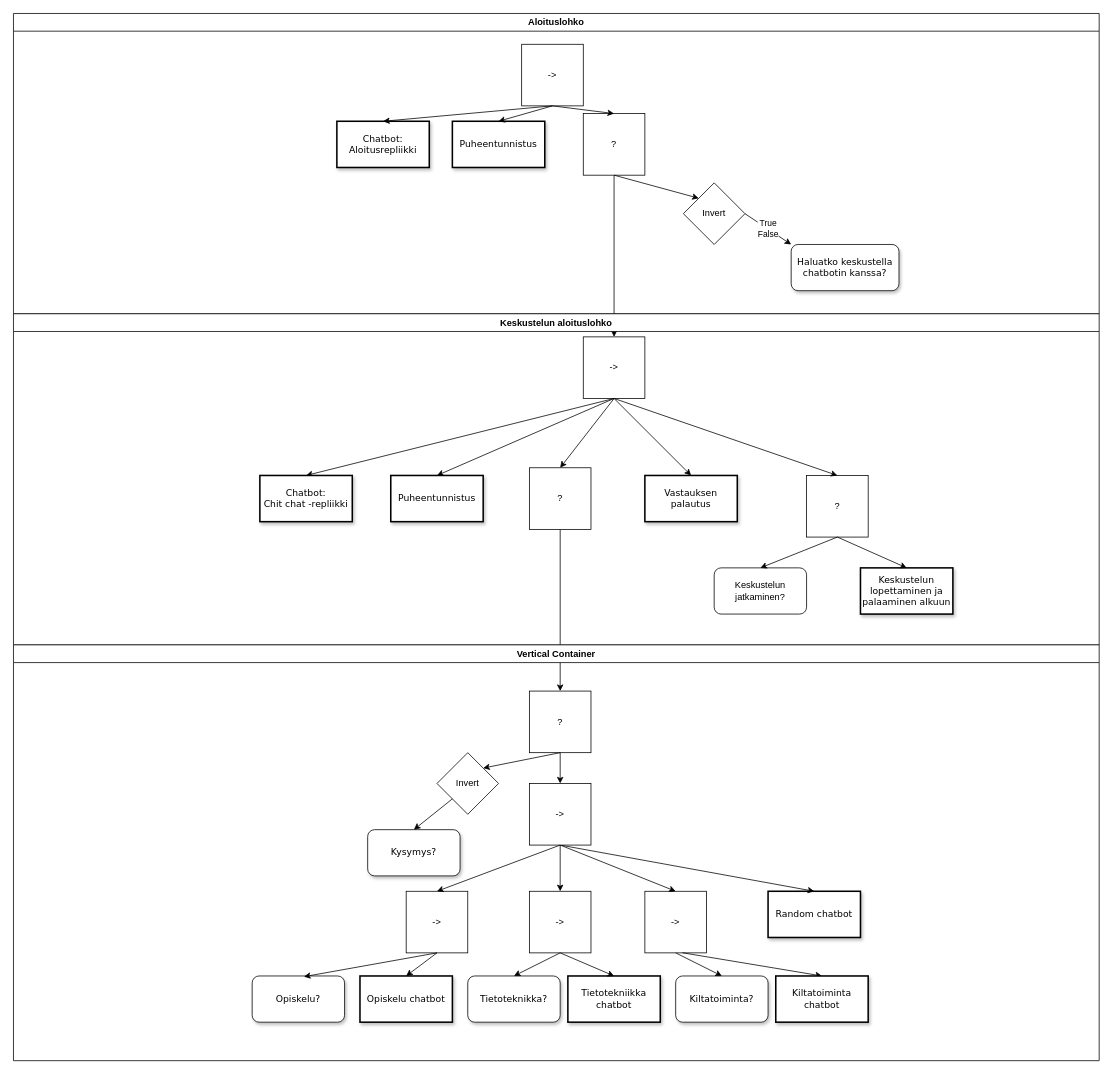
ouspg/SOP-Robot keeps this draw.io diagram as Behavior_tree.drawio. Above is the earlier version. Source tidied: cells renumbered, new cells numbered last; positions are measured from the earlier drawing's top-left corner, leaving out a move shared by most shapes. Both pictures are drawn from the tidied source at 77%, with x=0, y=0 at pixel (13, 13).
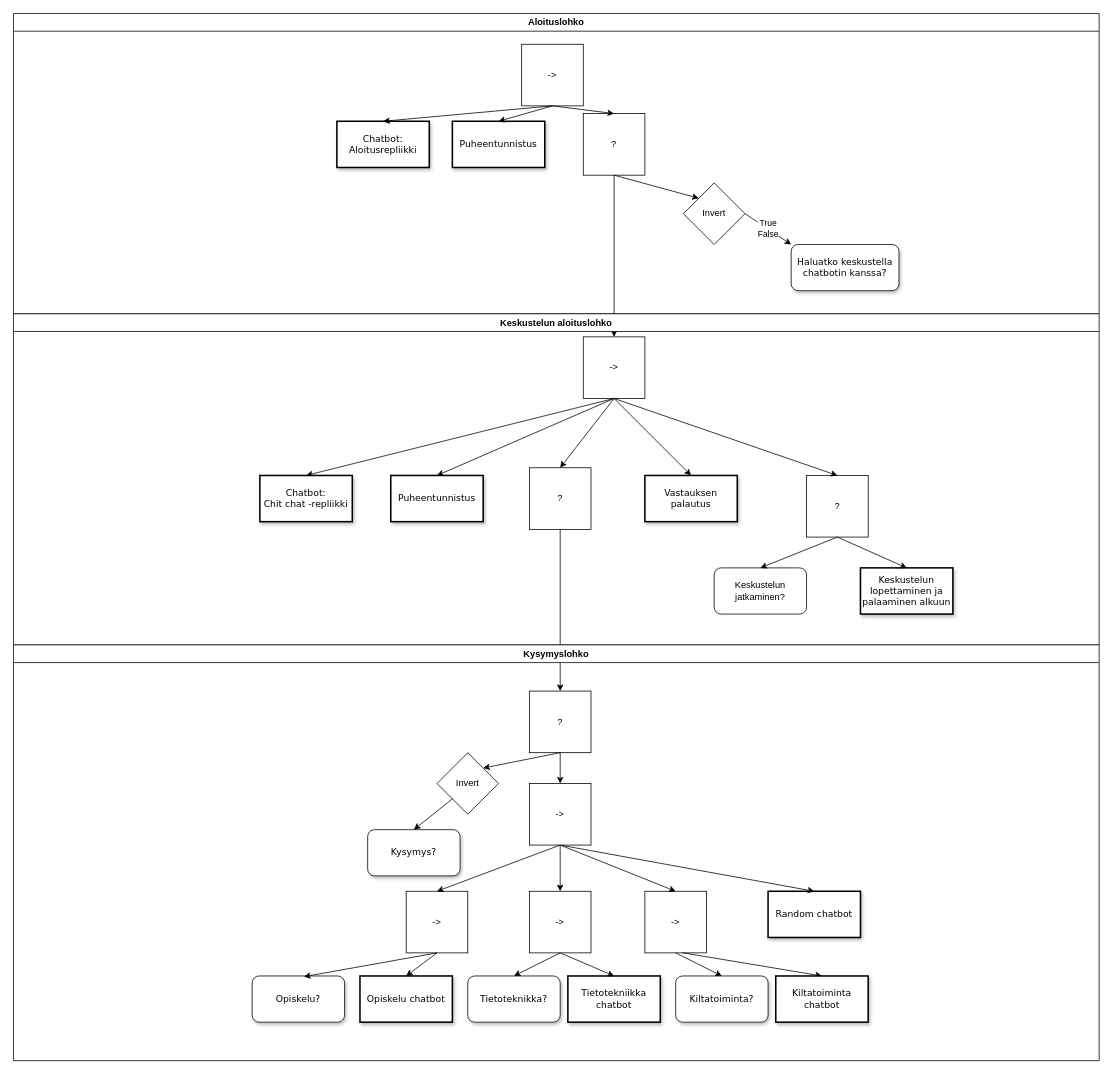
The same page after the edit.

Unchanged cells that the change refers to:
```xml
<mxCell id="2" style="group;" parent="1" vertex="1">
  <mxGeometry width="1410" height="1360" as="geometry" />
</mxCell>
```

The edit, as a diff of the source:
```diff
@@
-    <mxCell id="60" value="Vertical Container" style="swimlane;whiteSpace=wrap;html=1;" parent="2" vertex="1">
+    <mxCell id="60" value="Kysymyslohko" style="swimlane;whiteSpace=wrap;html=1;" parent="2" vertex="1">
       <mxGeometry y="820" width="1410" height="540" as="geometry" />
     </mxCell>
```
